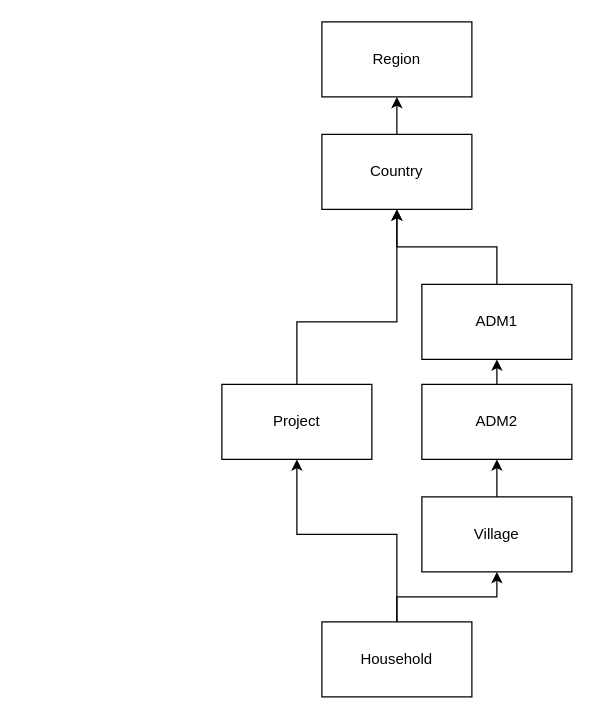
This is diagrams/hierarchy.drawio from l-gorman/chapter-6-analysis, a draw.io file, before an edit. Source tidied: cells renumbered, new cells numbered last; positions are measured from the earlier drawing's top-left corner, leaving out a move shared by most shapes. Both pictures are drawn from the tidied source at 125%, with x=0, y=0 at pixel (221, 21).
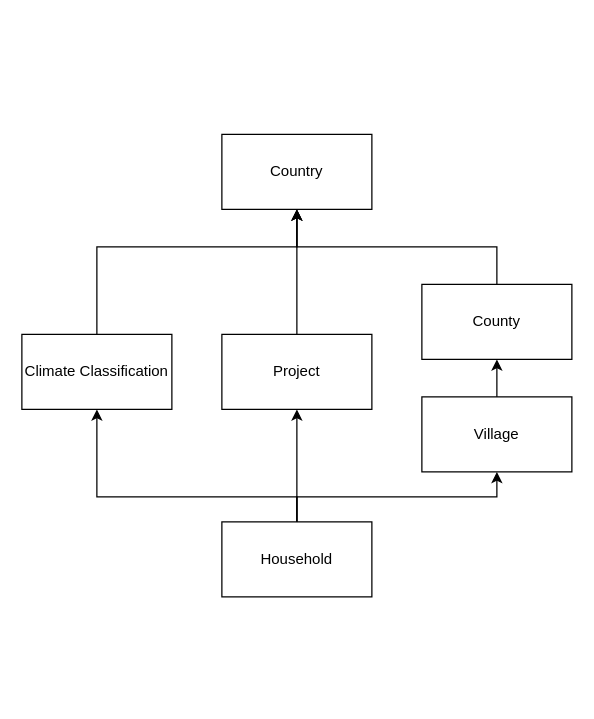
The same diagram, later.

What changed in the source:
```diff
@@
 <mxGraphModel>
   <root>
     <mxCell id="0" />
     <mxCell id="1" parent="0" />
-    <mxCell id="2" value="Region" style="rounded=0;whiteSpace=wrap;html=1;" parent="1" vertex="1">
-      <mxGeometry x="80" width="120" height="60" as="geometry" />
-    </mxCell>
-    <mxCell id="3" style="edgeStyle=orthogonalEdgeStyle;rounded=0;jettySize=auto;html=1;exitX=0.5;exitY=0;exitDx=0;exitDy=0;entryX=0.5;entryY=1;entryDx=0;entryDy=0;" parent="1" edge="1" source="4" target="2">
-      <mxGeometry relative="1" as="geometry" />
-    </mxCell>
     <mxCell id="4" value="Country" style="rounded=0;whiteSpace=wrap;html=1;" parent="1" vertex="1">
-      <mxGeometry x="80" y="90" width="120" height="60" as="geometry" />
+      <mxGeometry y="90" width="120" height="60" as="geometry" />
     </mxCell>
     <mxCell id="5" style="edgeStyle=orthogonalEdgeStyle;rounded=0;jettySize=auto;html=1;exitX=0.5;exitY=0;exitDx=0;exitDy=0;entryX=0.5;entryY=1;entryDx=0;entryDy=0;" parent="1" edge="1" source="6" target="4">
       <mxGeometry relative="1" as="geometry" />
     </mxCell>
-    <mxCell id="6" value="ADM1" style="rounded=0;whiteSpace=wrap;html=1;" parent="1" vertex="1">
+    <mxCell id="6" value="County" style="rounded=0;whiteSpace=wrap;html=1;" parent="1" vertex="1">
       <mxGeometry x="160" y="210" width="120" height="60" as="geometry" />
     </mxCell>
-    <mxCell id="7" style="edgeStyle=orthogonalEdgeStyle;rounded=0;jettySize=auto;html=1;exitX=0.5;exitY=0;exitDx=0;exitDy=0;entryX=0.5;entryY=1;entryDx=0;entryDy=0;" parent="1" edge="1" source="8" target="6">
-      <mxGeometry relative="1" as="geometry" />
-    </mxCell>
-    <mxCell id="8" value="ADM2" style="rounded=0;whiteSpace=wrap;html=1;" parent="1" vertex="1">
-      <mxGeometry x="160" y="290" width="120" height="60" as="geometry" />
-    </mxCell>
-    <mxCell id="9" style="edgeStyle=orthogonalEdgeStyle;rounded=0;jettySize=auto;html=1;exitX=0.5;exitY=0;exitDx=0;exitDy=0;entryX=0.5;entryY=1;entryDx=0;entryDy=0;" parent="1" edge="1" source="10" target="8">
-      <mxGeometry relative="1" as="geometry" />
-    </mxCell>
+    <mxCell id="16" style="edgeStyle=orthogonalEdgeStyle;rounded=0;jettySize=auto;html=1;exitX=0.5;exitY=0;exitDx=0;exitDy=0;entryX=0.5;entryY=1;entryDx=0;entryDy=0;" parent="1" edge="1" source="10" target="6">
+      <mxGeometry relative="1" as="geometry" />
+    </mxCell>
     <mxCell id="10" value="Village" style="rounded=0;whiteSpace=wrap;html=1;" parent="1" vertex="1">
-      <mxGeometry x="160" y="380" width="120" height="60" as="geometry" />
+      <mxGeometry x="160" y="300" width="120" height="60" as="geometry" />
     </mxCell>
-    <mxCell id="11" style="edgeStyle=orthogonalEdgeStyle;rounded=0;jettySize=auto;html=1;exitX=0.5;exitY=0;exitDx=0;exitDy=0;entryX=0.5;entryY=1;entryDx=0;entryDy=0;" parent="1" edge="1" source="12" target="4">
-      <mxGeometry relative="1" as="geometry">
-        <Array as="points">
-          <mxPoint x="60" y="240" />
-          <mxPoint x="140" y="240" />
-        </Array>
-      </mxGeometry>
+    <mxCell id="11" style="edgeStyle=orthogonalEdgeStyle;rounded=0;jettySize=auto;html=1;exitX=0.5;exitY=0;exitDx=0;exitDy=0;" parent="1" edge="1" source="12" target="4">
+      <mxGeometry relative="1" as="geometry" />
     </mxCell>
     <mxCell id="12" value="Project" style="rounded=0;whiteSpace=wrap;html=1;" parent="1" vertex="1">
-      <mxGeometry y="290" width="120" height="60" as="geometry" />
+      <mxGeometry y="250" width="120" height="60" as="geometry" />
     </mxCell>
+    <mxCell id="17" style="edgeStyle=orthogonalEdgeStyle;rounded=0;jettySize=auto;html=1;exitX=0.5;exitY=0;exitDx=0;exitDy=0;entryX=0.5;entryY=1;entryDx=0;entryDy=0;" parent="1" edge="1" source="15" target="19">
+      <mxGeometry relative="1" as="geometry">
+        <Array as="points">
+          <mxPoint x="60" y="380" />
+          <mxPoint x="-100" y="380" />
+        </Array>
+      </mxGeometry>
+    </mxCell>
+    <mxCell id="14" style="edgeStyle=orthogonalEdgeStyle;rounded=0;jettySize=auto;html=1;exitX=0.5;exitY=0;exitDx=0;exitDy=0;entryX=0.5;entryY=1;entryDx=0;entryDy=0;" parent="1" edge="1" source="15" target="12">
+      <mxGeometry relative="1" as="geometry" />
+    </mxCell>
     <mxCell id="13" style="edgeStyle=orthogonalEdgeStyle;rounded=0;jettySize=auto;html=1;exitX=0.5;exitY=0;exitDx=0;exitDy=0;entryX=0.5;entryY=1;entryDx=0;entryDy=0;" parent="1" edge="1" source="15" target="10">
       <mxGeometry relative="1" as="geometry" />
     </mxCell>
-    <mxCell id="14" style="edgeStyle=orthogonalEdgeStyle;rounded=0;jettySize=auto;html=1;exitX=0.5;exitY=0;exitDx=0;exitDy=0;entryX=0.5;entryY=1;entryDx=0;entryDy=0;" parent="1" edge="1" source="15" target="12">
-      <mxGeometry relative="1" as="geometry">
-        <Array as="points">
-          <mxPoint x="140" y="410" />
-          <mxPoint x="60" y="410" />
-        </Array>
-      </mxGeometry>
-    </mxCell>
     <mxCell id="15" value="Household" style="rounded=0;whiteSpace=wrap;html=1;" parent="1" vertex="1">
-      <mxGeometry x="80" y="480" width="120" height="60" as="geometry" />
+      <mxGeometry y="400" width="120" height="60" as="geometry" />
     </mxCell>
+    <mxCell id="18" style="edgeStyle=orthogonalEdgeStyle;rounded=0;jettySize=auto;html=1;exitX=0.5;exitY=0;exitDx=0;exitDy=0;entryX=0.5;entryY=1;entryDx=0;entryDy=0;" parent="1" edge="1" source="19" target="4">
+      <mxGeometry relative="1" as="geometry">
+        <Array as="points">
+          <mxPoint x="-100" y="180" />
+          <mxPoint x="60" y="180" />
+        </Array>
+      </mxGeometry>
+    </mxCell>
+    <mxCell id="19" value="Climate Classification" style="rounded=0;whiteSpace=wrap;html=1;" parent="1" vertex="1">
+      <mxGeometry x="-160" y="250" width="120" height="60" as="geometry" />
+    </mxCell>
   </root>
 </mxGraphModel>
```
